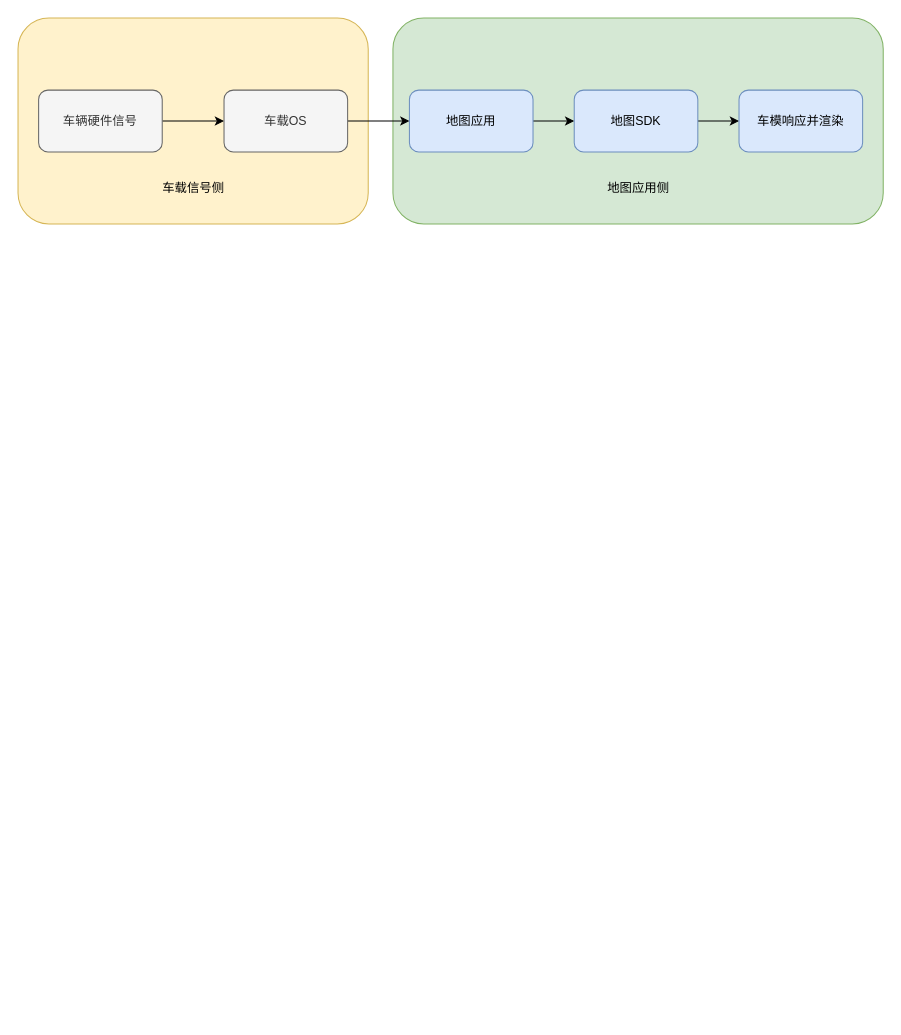
weihongwei0586/test keeps this draw.io diagram as page "架构梳理" (4 of 4) of Untitled Diagram.drawio. Above is the earlier version. Source tidied: cells renumbered, new cells numbered last; positions are measured from the earlier drawing's top-left corner, leaving out a move shared by most shapes. Both pictures are drawn from the tidied source at 103%, with x=0, y=0 at pixel (18, 18).
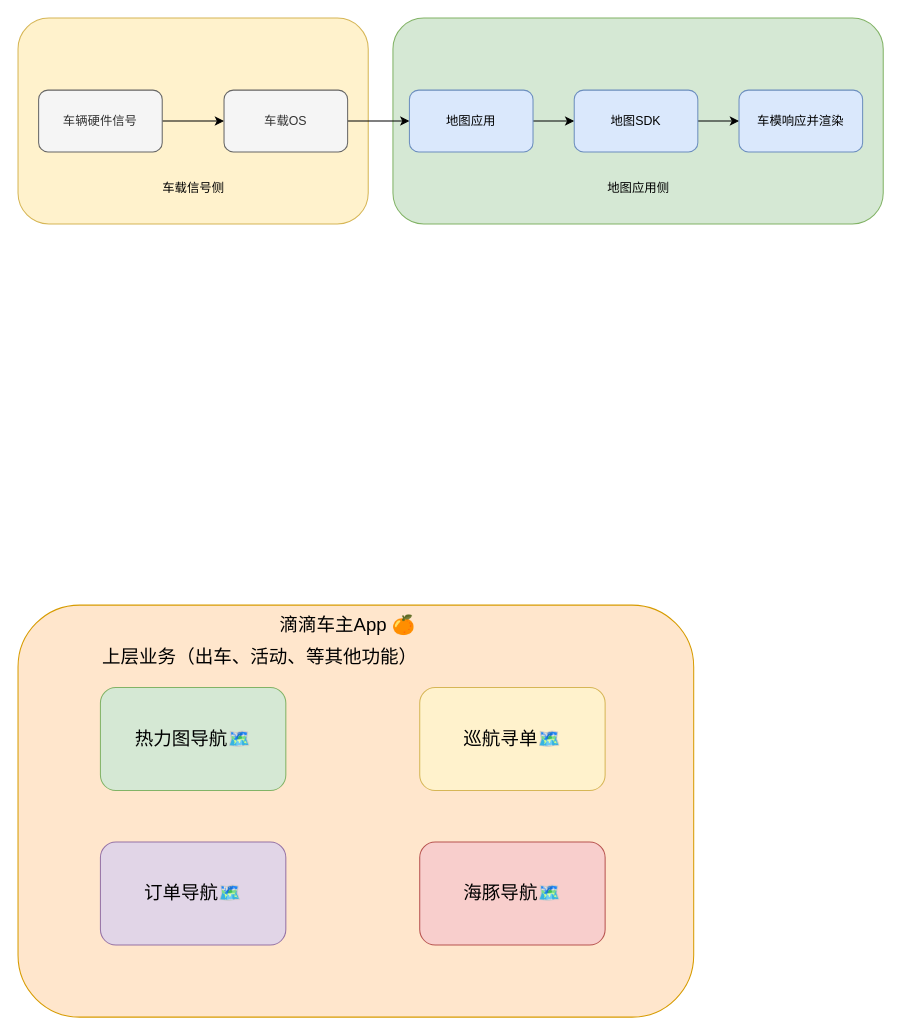
The same page after the edit.

What changed in the source:
```diff
@@
+    <mxCell id="15" style="rounded=1;whiteSpace=wrap;html=1;fillColor=#ffe6cc;strokeColor=#d79b00;" parent="1" vertex="1">
+      <mxGeometry y="570" width="656" height="400" as="geometry" />
+    </mxCell>
+    <mxCell id="16" value="&lt;font style=&quot;font-size: 18px;&quot;&gt;滴滴车主App 🍊&lt;/font&gt;" style="text;html=1;whiteSpace=wrap;strokeColor=none;fillColor=none;align=center;verticalAlign=middle;rounded=0;" parent="1" vertex="1">
+      <mxGeometry x="220" y="580" width="200" height="20" as="geometry" />
+    </mxCell>
+    <mxCell id="17" value="&lt;font style=&quot;font-size: 18px;&quot;&gt;上层业务（出车、活动、等其他功能）&lt;/font&gt;" style="text;html=1;whiteSpace=wrap;strokeColor=none;fillColor=none;align=center;verticalAlign=middle;rounded=0;" parent="1" vertex="1">
+      <mxGeometry x="70" y="620" width="330" as="geometry" />
+    </mxCell>
+    <mxCell id="18" value="&lt;font style=&quot;font-size: 18px;&quot;&gt;热力图导航🗺️&lt;/font&gt;" style="rounded=1;whiteSpace=wrap;html=1;fillColor=#d5e8d4;strokeColor=#82b366;" parent="1" vertex="1">
+      <mxGeometry x="80" y="650" width="180" height="100" as="geometry" />
+    </mxCell>
+    <mxCell id="19" value="&lt;font style=&quot;font-size: 18px;&quot;&gt;订单导航🗺️&lt;/font&gt;" style="rounded=1;whiteSpace=wrap;html=1;fillColor=#e1d5e7;strokeColor=#9673a6;" parent="1" vertex="1">
+      <mxGeometry x="80" y="800" width="180" height="100" as="geometry" />
+    </mxCell>
+    <mxCell id="20" value="&lt;font style=&quot;font-size: 18px;&quot;&gt;海豚导航🗺️&lt;/font&gt;" style="rounded=1;whiteSpace=wrap;html=1;fillColor=#f8cecc;strokeColor=#b85450;" parent="1" vertex="1">
+      <mxGeometry x="390" y="800" width="180" height="100" as="geometry" />
+    </mxCell>
+    <mxCell id="21" value="&lt;font style=&quot;font-size: 18px;&quot;&gt;巡航寻单🗺️&lt;/font&gt;" style="rounded=1;whiteSpace=wrap;html=1;fillColor=#fff2cc;strokeColor=#d6b656;" parent="1" vertex="1">
+      <mxGeometry x="390" y="650" width="180" height="100" as="geometry" />
+    </mxCell>
```
